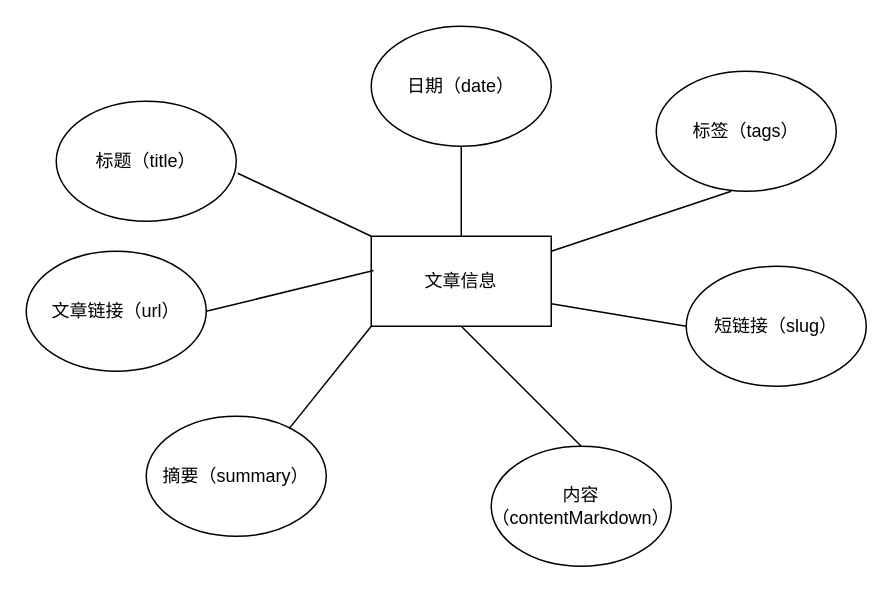
Earlier version of the draw.io diagram diagrams/文章信息E-R图.drawio (real-jiakai/draw). Source tidied: cells renumbered, new cells numbered last; positions are measured from the earlier drawing's top-left corner, leaving out a move shared by most shapes. Both pictures are drawn from the tidied source at 150%, with x=0, y=0 at pixel (26, 26).
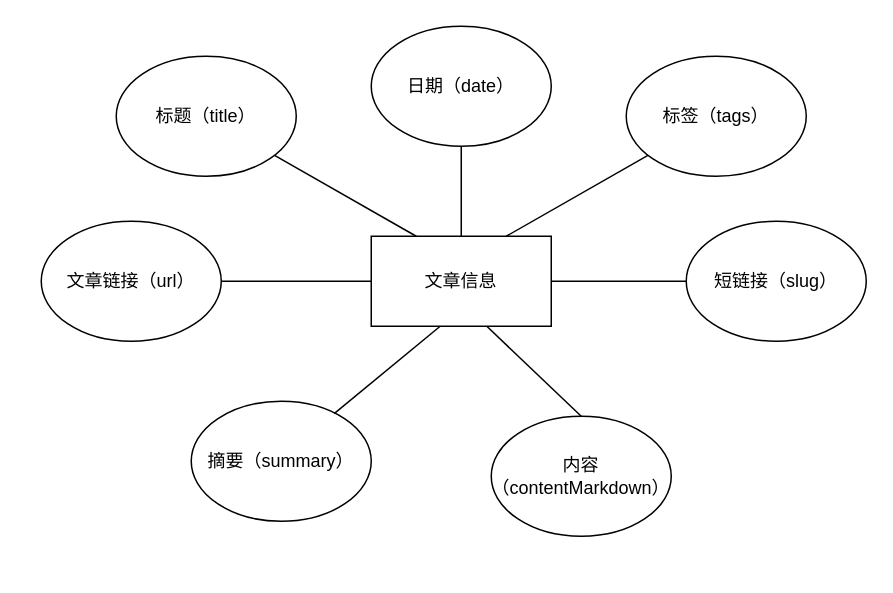
After the change.

Commit message:
Update 文章信息E-R图.drawio

The edit, as a diff of the source:
```diff
@@
 <mxGraphModel>
   <root>
     <mxCell id="0" />
     <mxCell id="1" parent="0" />
     <mxCell id="2" value="文章信息" style="rounded=0;whiteSpace=wrap;html=1;" parent="1" vertex="1">
       <mxGeometry x="230" y="140" width="120" height="60" as="geometry" />
     </mxCell>
     <mxCell id="3" value="标题（title）" style="ellipse;whiteSpace=wrap;html=1;" parent="1" vertex="1">
-      <mxGeometry x="20" y="50" width="120" height="80" as="geometry" />
+      <mxGeometry x="60" y="20" width="120" height="80" as="geometry" />
     </mxCell>
     <mxCell id="4" value="日期（date）" style="ellipse;whiteSpace=wrap;html=1;" parent="1" vertex="1">
       <mxGeometry x="230" width="120" height="80" as="geometry" />
     </mxCell>
     <mxCell id="5" value="标签（tags）" style="ellipse;whiteSpace=wrap;html=1;" parent="1" vertex="1">
-      <mxGeometry x="420" y="30" width="120" height="80" as="geometry" />
+      <mxGeometry x="400" y="20" width="120" height="80" as="geometry" />
     </mxCell>
     <mxCell id="6" value="短链接（slug）" style="ellipse;whiteSpace=wrap;html=1;" parent="1" vertex="1">
-      <mxGeometry x="440" y="160" width="120" height="80" as="geometry" />
+      <mxGeometry x="440" y="130" width="120" height="80" as="geometry" />
     </mxCell>
     <mxCell id="7" value="摘要（summary）" style="ellipse;whiteSpace=wrap;html=1;" parent="1" vertex="1">
-      <mxGeometry x="80" y="260" width="120" height="80" as="geometry" />
+      <mxGeometry x="110" y="250" width="120" height="80" as="geometry" />
     </mxCell>
     <mxCell id="8" value="内容（contentMarkdown）" style="ellipse;whiteSpace=wrap;html=1;" parent="1" vertex="1">
-      <mxGeometry x="310" y="280" width="120" height="80" as="geometry" />
+      <mxGeometry x="310" y="260" width="120" height="80" as="geometry" />
     </mxCell>
-    <mxCell id="9" style="endArrow=none;html=1;rounded=0;entryX=0;entryY=1;entryDx=0;entryDy=0;exitX=0.794;exitY=0.103;exitDx=0;exitDy=0;exitPerimeter=0;" parent="1" edge="1" source="7" target="2">
+    <mxCell id="9" style="endArrow=none;html=1;rounded=0;entryX=0.383;entryY=1;entryDx=0;entryDy=0;exitX=0.794;exitY=0.103;exitDx=0;exitDy=0;exitPerimeter=0;entryPerimeter=0;" parent="1" edge="1" source="7" target="2">
       <mxGeometry relative="1" as="geometry" />
     </mxCell>
-    <mxCell id="10" style="endArrow=none;html=1;rounded=0;exitX=1.008;exitY=0.6;exitDx=0;exitDy=0;exitPerimeter=0;entryX=0;entryY=0;entryDx=0;entryDy=0;" parent="1" edge="1" source="3" target="2">
+    <mxCell id="10" style="endArrow=none;html=1;rounded=0;entryX=0.25;entryY=0;entryDx=0;entryDy=0;" parent="1" edge="1" source="3" target="2">
       <mxGeometry relative="1" as="geometry" />
     </mxCell>
     <mxCell id="11" style="endArrow=none;html=1;rounded=0;exitX=0.5;exitY=0;exitDx=0;exitDy=0;entryX=0.5;entryY=1;entryDx=0;entryDy=0;" parent="1" edge="1" source="2" target="4">
       <mxGeometry relative="1" as="geometry" />
     </mxCell>
-    <mxCell id="12" style="endArrow=none;html=1;rounded=0;" parent="1" edge="1">
-      <mxGeometry relative="1" as="geometry">
-        <mxPoint x="350" y="150" as="sourcePoint" />
-        <mxPoint x="470" y="110" as="targetPoint" />
-      </mxGeometry>
+    <mxCell id="12" style="endArrow=none;html=1;rounded=0;exitX=0.75;exitY=0;exitDx=0;exitDy=0;" parent="1" edge="1" source="2" target="5">
+      <mxGeometry relative="1" as="geometry" />
     </mxCell>
-    <mxCell id="13" style="endArrow=none;html=1;rounded=0;entryX=0.5;entryY=1;entryDx=0;entryDy=0;exitX=0.5;exitY=0;exitDx=0;exitDy=0;" parent="1" edge="1" source="8" target="2">
+    <mxCell id="13" style="endArrow=none;html=1;rounded=0;entryX=0.642;entryY=1;entryDx=0;entryDy=0;exitX=0.5;exitY=0;exitDx=0;exitDy=0;entryPerimeter=0;" parent="1" edge="1" source="8" target="2">
       <mxGeometry relative="1" as="geometry" />
     </mxCell>
-    <mxCell id="14" style="endArrow=none;html=1;rounded=0;exitX=1;exitY=0.75;exitDx=0;exitDy=0;entryX=0;entryY=0.5;entryDx=0;entryDy=0;" parent="1" edge="1" source="2" target="6">
+    <mxCell id="14" style="endArrow=none;html=1;rounded=0;exitX=1;exitY=0.5;exitDx=0;exitDy=0;entryX=0;entryY=0.5;entryDx=0;entryDy=0;" parent="1" edge="1" source="2" target="6">
       <mxGeometry relative="1" as="geometry" />
     </mxCell>
     <mxCell id="15" value="文章链接（url）" style="ellipse;whiteSpace=wrap;html=1;" parent="1" vertex="1">
-      <mxGeometry y="150" width="120" height="80" as="geometry" />
+      <mxGeometry x="10" y="130" width="120" height="80" as="geometry" />
     </mxCell>
-    <mxCell id="16" style="endArrow=none;html=1;rounded=0;exitX=1;exitY=0.5;exitDx=0;exitDy=0;entryX=0.013;entryY=0.381;entryDx=0;entryDy=0;entryPerimeter=0;" parent="1" edge="1" source="15" target="2">
+    <mxCell id="16" style="endArrow=none;html=1;rounded=0;exitX=1;exitY=0.5;exitDx=0;exitDy=0;entryX=0;entryY=0.5;entryDx=0;entryDy=0;" parent="1" edge="1" source="15" target="2">
       <mxGeometry relative="1" as="geometry" />
     </mxCell>
   </root>
 </mxGraphModel>
```
